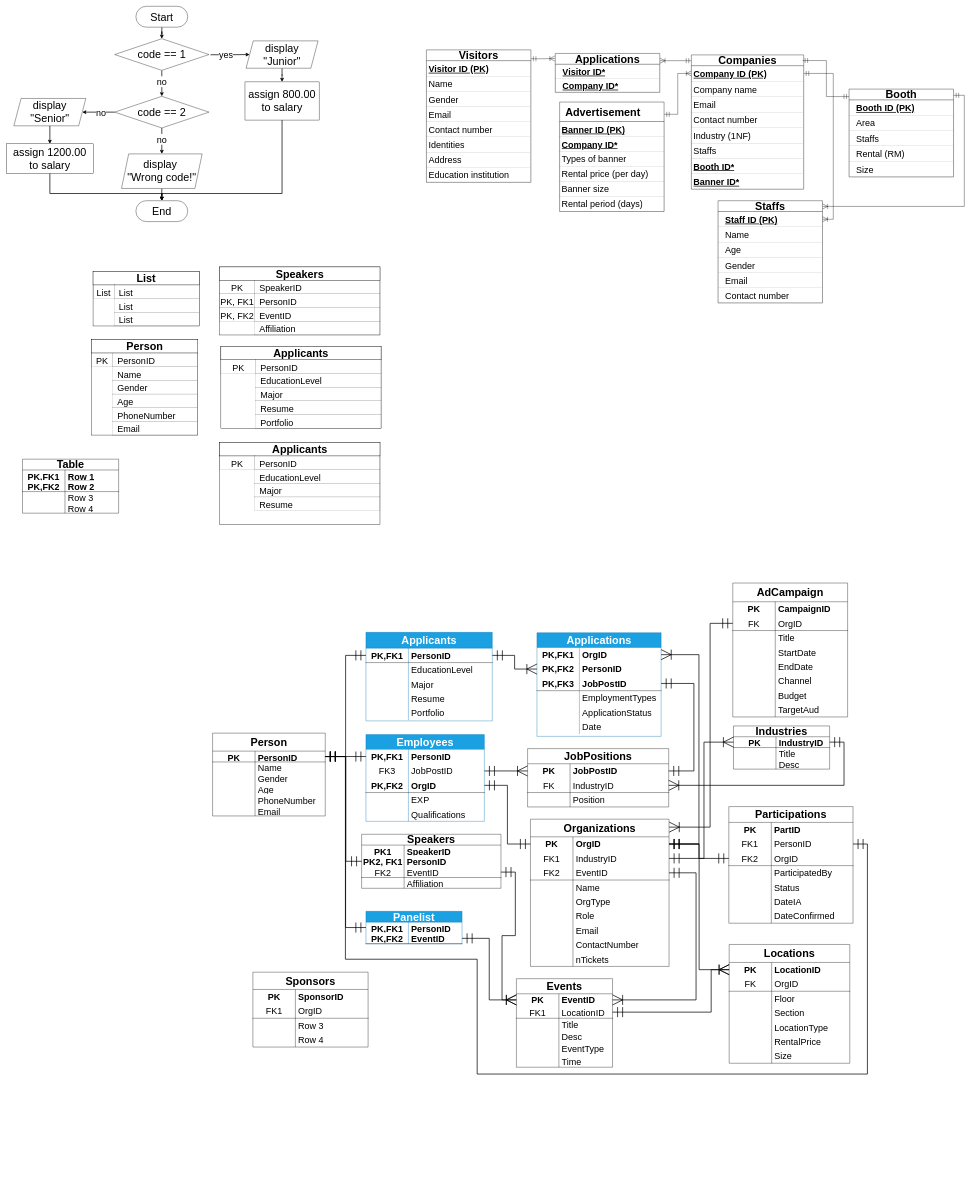
This is ERD BMCS1053 asg.drawio from twelve0dev9/BMCS1053-asg, a draw.io file, before an edit. Source tidied: cells renumbered, new cells numbered last; positions are measured from the earlier drawing's top-left corner, leaving out a move shared by most shapes. Both pictures are drawn from the tidied source at 36%, with x=0, y=0 at pixel (6, 6).
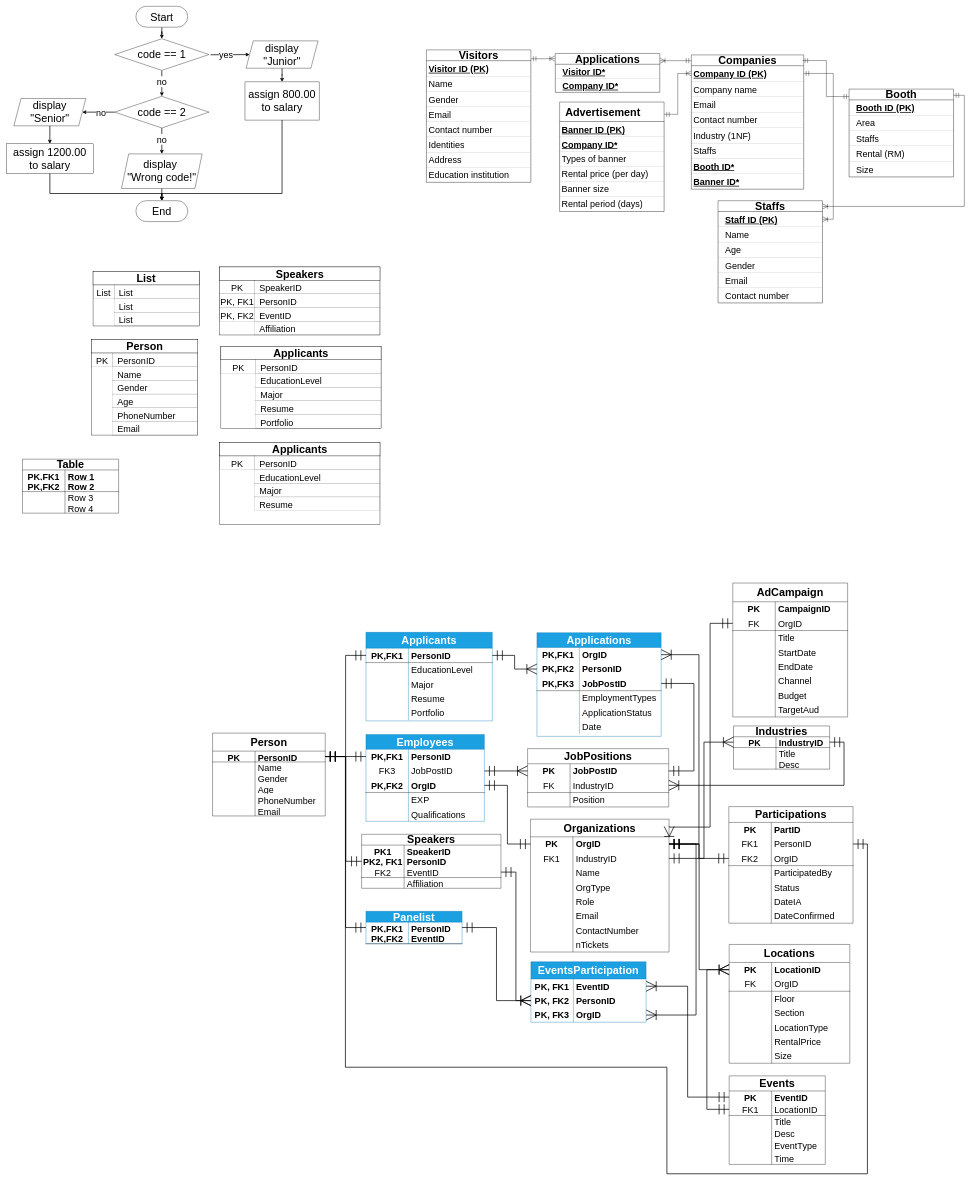
Above is the later version.

Commit message (it also covers changes not shown here):
ERD update | SQL modification

The change refers to these unchanged cells:
```xml
<mxCell id="115" style="shape=tableRow;horizontal=0;startSize=0;swimlaneHead=0;swimlaneBody=0;fillColor=none;points=[[0,0.5],[1,0.5]];portConstraint=eastwest;top=0;left=0;right=0;bottom=1;html=1;fontSize=30;" parent="114" vertex="1">
  <mxGeometry y="50" width="313" height="30" as="geometry" />
</mxCell>
<mxCell id="140" style="shape=tableRow;horizontal=0;startSize=0;swimlaneHead=0;swimlaneBody=0;fillColor=none;points=[[0,0.5],[1,0.5]];portConstraint=eastwest;top=0;left=0;right=0;bottom=1;html=1;fontSize=30;" parent="133" vertex="1">
  <mxGeometry y="90" width="387" height="30" as="geometry" />
</mxCell>
<mxCell id="192" style="shape=tableRow;horizontal=0;startSize=0;swimlaneHead=0;swimlaneBody=0;fillColor=none;points=[[0,0.5],[1,0.5]];portConstraint=eastwest;top=0;left=0;right=0;bottom=0;html=1;fontSize=30;" parent="191" vertex="1">
  <mxGeometry y="30" width="267" height="30" as="geometry" />
</mxCell>
<mxCell id="195" style="shape=tableRow;horizontal=0;startSize=0;swimlaneHead=0;swimlaneBody=0;fillColor=none;points=[[0,0.5],[1,0.5]];portConstraint=eastwest;top=0;left=0;right=0;bottom=1;html=1;fontSize=30;" parent="191" vertex="1">
  <mxGeometry y="60" width="267" height="30" as="geometry" />
</mxCell>
<mxCell id="231" style="shape=tableRow;horizontal=0;startSize=0;swimlaneHead=0;swimlaneBody=0;fillColor=none;points=[[0,0.5],[1,0.5]];portConstraint=eastwest;top=0;left=0;right=0;bottom=0;html=1;fontSize=30;fontStyle=0;" parent="227" vertex="1">
  <mxGeometry y="84" width="345" height="40" as="geometry" />
</mxCell>
<mxCell id="250" style="shape=tableRow;horizontal=0;startSize=0;swimlaneHead=0;swimlaneBody=0;fillColor=none;points=[[0,0.5],[1,0.5]];portConstraint=eastwest;top=0;left=0;right=0;bottom=0;html=1;fontSize=30;" parent="249" vertex="1">
  <mxGeometry y="42" width="267" height="34" as="geometry" />
</mxCell>
<mxCell id="253" style="shape=tableRow;horizontal=0;startSize=0;swimlaneHead=0;swimlaneBody=0;fillColor=none;points=[[0,0.5],[1,0.5]];portConstraint=eastwest;top=0;left=0;right=0;bottom=1;html=1;fontSize=30;" parent="249" vertex="1">
  <mxGeometry y="76" width="267" height="34" as="geometry" />
</mxCell>
<mxCell id="269" style="shape=tableRow;horizontal=0;startSize=0;swimlaneHead=0;swimlaneBody=0;fillColor=none;points=[[0,0.5],[1,0.5]];portConstraint=eastwest;top=0;left=0;right=0;bottom=0;html=1;fontSize=30;" parent="268" vertex="1">
  <mxGeometry y="50" width="335" height="40" as="geometry" />
</mxCell>
<mxCell id="304" style="shape=tableRow;horizontal=0;startSize=0;swimlaneHead=0;swimlaneBody=0;fillColor=none;points=[[0,0.5],[1,0.5]];portConstraint=eastwest;top=0;left=0;right=0;bottom=0;html=1;fontSize=30;" parent="303" vertex="1">
  <mxGeometry y="49" width="385" height="40" as="geometry" />
</mxCell>
<mxCell id="370" style="shape=tableRow;horizontal=0;startSize=0;swimlaneHead=0;swimlaneBody=0;fillColor=none;points=[[0,0.5],[1,0.5]];portConstraint=eastwest;top=0;left=0;right=0;bottom=0;html=1;fontSize=30;" parent="369" vertex="1">
  <mxGeometry y="48" width="320" height="40" as="geometry" />
</mxCell>
```

The edit, as a diff of the source:
```diff
@@
     <mxCell id="249" value="Events" style="shape=table;startSize=42;childLayout=tableLayout;rowLines=0;fontStyle=1;align=center;html=1;whiteSpace=wrap;fontSize=30;" parent="1" vertex="1">
-      <mxGeometry x="1417" y="2701" width="267" height="246" as="geometry" />
+      <mxGeometry x="2008" y="2971" width="267" height="246" as="geometry" />
     </mxCell>
@@
-    <mxCell id="297" style="edgeStyle=orthogonalEdgeStyle;shape=connector;rounded=0;jettySize=auto;html=1;entryX=0;entryY=0.5;entryDx=0;entryDy=0;strokeColor=default;align=center;verticalAlign=middle;fontFamily=Helvetica;fontSize=11;fontColor=default;labelBackgroundColor=default;startArrow=ERmandOne;startFill=0;startSize=25;endArrow=ERoneToMany;endFill=0;endSize=25;strokeWidth=2;" parent="1" edge="1" source="195" target="250">
+    <mxCell id="297" style="edgeStyle=orthogonalEdgeStyle;shape=connector;rounded=0;jettySize=auto;html=1;entryX=0;entryY=0.5;entryDx=0;entryDy=0;strokeColor=default;align=center;verticalAlign=middle;fontFamily=Helvetica;fontSize=11;fontColor=default;labelBackgroundColor=default;startArrow=ERmandOne;startFill=0;startSize=25;endArrow=ERoneToMany;endFill=0;endSize=25;strokeWidth=2;exitX=1;exitY=0.5;exitDx=0;exitDy=0;" parent="1" edge="1" source="192" target="385">
       <mxGeometry relative="1" as="geometry" />
     </mxCell>
@@
-    <mxCell id="299" style="edgeStyle=elbowEdgeStyle;shape=connector;rounded=0;jettySize=auto;html=1;entryX=1;entryY=0.5;entryDx=0;entryDy=0;strokeColor=default;strokeWidth=2;align=center;verticalAlign=middle;fontFamily=Helvetica;fontSize=11;fontColor=default;labelBackgroundColor=default;startArrow=ERmandOne;startFill=0;startSize=25;endArrow=ERoneToMany;endFill=0;endSize=25;exitX=1;exitY=0.5;exitDx=0;exitDy=0;" parent="1" edge="1" source="310" target="250">
+    <mxCell id="299" style="edgeStyle=elbowEdgeStyle;shape=connector;rounded=0;jettySize=auto;html=1;entryX=1;entryY=0.5;entryDx=0;entryDy=0;strokeColor=default;strokeWidth=2;align=center;verticalAlign=middle;fontFamily=Helvetica;fontSize=11;fontColor=default;labelBackgroundColor=default;startArrow=ERmandOne;startFill=0;startSize=25;endArrow=ERoneToMany;endFill=0;endSize=25;exitX=1;exitY=0.5;exitDx=0;exitDy=0;" parent="1" edge="1" source="304" target="373">
       <mxGeometry relative="1" as="geometry">
         <Array as="points">
           <mxPoint x="1916" y="2558" />
         </Array>
       </mxGeometry>
     </mxCell>
-    <mxCell id="300" style="edgeStyle=orthogonalEdgeStyle;shape=connector;rounded=0;jettySize=auto;html=1;entryX=1;entryY=0.5;entryDx=0;entryDy=0;strokeColor=default;strokeWidth=2;align=center;verticalAlign=middle;fontFamily=Helvetica;fontSize=11;fontColor=default;labelBackgroundColor=default;startArrow=ERoneToMany;startFill=0;startSize=25;endArrow=ERmandOne;endFill=0;endSize=25;" parent="1" edge="1" source="269" target="253">
+    <mxCell id="300" style="edgeStyle=orthogonalEdgeStyle;shape=connector;rounded=0;jettySize=auto;html=1;strokeColor=default;strokeWidth=2;align=center;verticalAlign=middle;fontFamily=Helvetica;fontSize=11;fontColor=default;labelBackgroundColor=default;startArrow=ERoneToMany;startFill=0;startSize=25;endArrow=ERmandOne;endFill=0;endSize=25;entryX=0;entryY=0.5;entryDx=0;entryDy=0;" parent="1" edge="1" source="269" target="253">
       <mxGeometry relative="1" as="geometry">
         <Array as="points">
-          <mxPoint x="1958" y="2676" />
-          <mxPoint x="1958" y="2794" />
+          <mxPoint x="1946" y="2676" />
+          <mxPoint x="1946" y="3064" />
         </Array>
       </mxGeometry>
     </mxCell>
@@
     <mxCell id="303" value="Organizations" style="shape=table;startSize=49;childLayout=tableLayout;rowLines=0;fontStyle=1;align=center;html=1;whiteSpace=wrap;fontSize=30;" parent="1" vertex="1">
-      <mxGeometry x="1456" y="2258" width="385" height="409" as="geometry" />
+      <mxGeometry x="1456" y="2258" width="385" height="369" as="geometry" />
     </mxCell>
@@
-    <mxCell id="310" style="shape=tableRow;horizontal=0;startSize=0;swimlaneHead=0;swimlaneBody=0;fillColor=none;points=[[0,0.5],[1,0.5]];portConstraint=eastwest;top=0;left=0;right=0;bottom=1;html=1;fontSize=30;" parent="303" vertex="1">
-      <mxGeometry y="129" width="385" height="40" as="geometry" />
-    </mxCell>
-    <mxCell id="311" value="&lt;span style=&quot;font-weight: normal;&quot;&gt;FK2&lt;/span&gt;" style="shape=partialRectangle;fillColor=none;top=0;left=0;bottom=0;right=0;fontStyle=1;overflow=hidden;html=1;whiteSpace=wrap;fontSize=25;" parent="310" vertex="1">
-      <mxGeometry width="118" height="40" as="geometry" />
-    </mxCell>
-    <mxCell id="312" value="EventID" style="shape=partialRectangle;fillColor=none;top=0;left=0;bottom=0;right=0;align=left;spacingLeft=6;fontStyle=0;overflow=hidden;html=1;whiteSpace=wrap;fontSize=25;" parent="310" vertex="1">
-      <mxGeometry x="118" width="267" height="40" as="geometry" />
-    </mxCell>
     <mxCell id="313" style="shape=tableRow;horizontal=0;startSize=0;swimlaneHead=0;swimlaneBody=0;fillColor=none;top=0;left=0;right=0;bottom=0;html=1;fontSize=30;" parent="303" vertex="1">
-      <mxGeometry y="169" width="385" height="40" as="geometry" />
+      <mxGeometry y="129" width="385" height="40" as="geometry" />
     </mxCell>
@@
     <mxCell id="316" style="shape=tableRow;horizontal=0;startSize=0;swimlaneHead=0;swimlaneBody=0;fillColor=none;top=0;left=0;right=0;bottom=0;html=1;fontSize=30;" parent="303" vertex="1">
-      <mxGeometry y="209" width="385" height="40" as="geometry" />
+      <mxGeometry y="169" width="385" height="40" as="geometry" />
     </mxCell>
@@
     <mxCell id="319" style="shape=tableRow;horizontal=0;startSize=0;swimlaneHead=0;swimlaneBody=0;fillColor=none;top=0;left=0;right=0;bottom=0;html=1;fontSize=30;" parent="303" vertex="1">
-      <mxGeometry y="249" width="385" height="40" as="geometry" />
+      <mxGeometry y="209" width="385" height="40" as="geometry" />
     </mxCell>
@@
     <mxCell id="322" style="shape=tableRow;horizontal=0;startSize=0;swimlaneHead=0;swimlaneBody=0;fillColor=none;top=0;left=0;right=0;bottom=0;html=1;fontSize=30;" parent="303" vertex="1">
-      <mxGeometry y="289" width="385" height="40" as="geometry" />
+      <mxGeometry y="249" width="385" height="40" as="geometry" />
     </mxCell>
@@
     <mxCell id="325" style="shape=tableRow;horizontal=0;startSize=0;swimlaneHead=0;swimlaneBody=0;fillColor=none;top=0;left=0;right=0;bottom=0;html=1;fontSize=30;" parent="303" vertex="1">
-      <mxGeometry y="329" width="385" height="40" as="geometry" />
+      <mxGeometry y="289" width="385" height="40" as="geometry" />
     </mxCell>
@@
     <mxCell id="328" style="shape=tableRow;horizontal=0;startSize=0;swimlaneHead=0;swimlaneBody=0;fillColor=none;top=0;left=0;right=0;bottom=0;html=1;fontSize=30;" parent="303" vertex="1">
-      <mxGeometry y="369" width="385" height="40" as="geometry" />
+      <mxGeometry y="329" width="385" height="40" as="geometry" />
     </mxCell>
@@
-    <mxCell id="369" value="Sponsors" style="shape=table;startSize=48;childLayout=tableLayout;rowLines=0;fontStyle=1;align=center;html=1;whiteSpace=wrap;fontSize=30;" parent="1" vertex="1">
-      <mxGeometry x="685" y="2683" width="320" height="208" as="geometry" />
+    <mxCell id="369" value="EventsParticipation" style="shape=table;startSize=48;childLayout=tableLayout;rowLines=0;fontStyle=1;align=center;html=1;whiteSpace=wrap;fontSize=30;fillColor=#1ba1e2;fontColor=#ffffff;strokeColor=#006EAF;" parent="1" vertex="1">
+      <mxGeometry x="1457.2" y="2654" width="320" height="168" as="geometry" />
     </mxCell>
@@
-    <mxCell id="371" value="PK" style="shape=partialRectangle;fillColor=none;top=0;left=0;bottom=0;right=0;fontStyle=1;overflow=hidden;html=1;whiteSpace=wrap;fontSize=25;" parent="370" vertex="1">
+    <mxCell id="371" value="PK, FK1" style="shape=partialRectangle;fillColor=none;top=0;left=0;bottom=0;right=0;fontStyle=1;overflow=hidden;html=1;whiteSpace=wrap;fontSize=25;" parent="370" vertex="1">
       <mxGeometry width="118" height="40" as="geometry" />
     </mxCell>
-    <mxCell id="372" value="SponsorID" style="shape=partialRectangle;fillColor=none;top=0;left=0;bottom=0;right=0;align=left;spacingLeft=6;fontStyle=1;overflow=hidden;html=1;whiteSpace=wrap;fontSize=25;" parent="370" vertex="1">
+    <mxCell id="372" value="EventID" style="shape=partialRectangle;fillColor=none;top=0;left=0;bottom=0;right=0;align=left;spacingLeft=6;fontStyle=1;overflow=hidden;html=1;whiteSpace=wrap;fontSize=25;" parent="370" vertex="1">
       <mxGeometry x="118" width="202" height="40" as="geometry" />
     </mxCell>
+    <mxCell id="385" style="shape=tableRow;horizontal=0;startSize=0;swimlaneHead=0;swimlaneBody=0;fillColor=none;points=[[0,0.5],[1,0.5]];portConstraint=eastwest;top=0;left=0;right=0;bottom=0;html=1;fontSize=30;" parent="369" vertex="1">
+      <mxGeometry y="88" width="320" height="40" as="geometry" />
+    </mxCell>
+    <mxCell id="386" value="PK, FK2" style="shape=partialRectangle;fillColor=none;top=0;left=0;bottom=0;right=0;fontStyle=1;overflow=hidden;html=1;whiteSpace=wrap;fontSize=25;" parent="385" vertex="1">
+      <mxGeometry width="118" height="40" as="geometry" />
+    </mxCell>
+    <mxCell id="387" value="PersonID" style="shape=partialRectangle;fillColor=none;top=0;left=0;bottom=0;right=0;align=left;spacingLeft=6;fontStyle=1;overflow=hidden;html=1;whiteSpace=wrap;fontSize=25;" parent="385" vertex="1">
+      <mxGeometry x="118" width="202" height="40" as="geometry" />
+    </mxCell>
-    <mxCell id="373" style="shape=tableRow;horizontal=0;startSize=0;swimlaneHead=0;swimlaneBody=0;fillColor=none;points=[[0,0.5],[1,0.5]];portConstraint=eastwest;top=0;left=0;right=0;bottom=1;html=1;fontSize=30;" parent="369" vertex="1">
-      <mxGeometry y="88" width="320" height="40" as="geometry" />
+    <mxCell id="373" style="shape=tableRow;horizontal=0;startSize=0;swimlaneHead=0;swimlaneBody=0;fillColor=none;points=[[0,0.5],[1,0.5]];portConstraint=eastwest;top=0;left=0;right=0;bottom=0;html=1;fontSize=30;" parent="369" vertex="1">
+      <mxGeometry y="128" width="320" height="40" as="geometry" />
     </mxCell>
-    <mxCell id="374" value="FK1" style="shape=partialRectangle;fillColor=none;top=0;left=0;bottom=0;right=0;fontStyle=0;overflow=hidden;html=1;whiteSpace=wrap;fontSize=25;" parent="373" vertex="1">
+    <mxCell id="374" value="PK, FK3" style="shape=partialRectangle;fillColor=none;top=0;left=0;bottom=0;right=0;fontStyle=1;overflow=hidden;html=1;whiteSpace=wrap;fontSize=25;" parent="373" vertex="1">
       <mxGeometry width="118" height="40" as="geometry" />
     </mxCell>
-    <mxCell id="375" value="OrgID" style="shape=partialRectangle;fillColor=none;top=0;left=0;bottom=0;right=0;align=left;spacingLeft=6;fontStyle=0;overflow=hidden;html=1;whiteSpace=wrap;fontSize=25;" parent="373" vertex="1">
+    <mxCell id="375" value="OrgID" style="shape=partialRectangle;fillColor=none;top=0;left=0;bottom=0;right=0;align=left;spacingLeft=6;fontStyle=1;overflow=hidden;html=1;whiteSpace=wrap;fontSize=25;" parent="373" vertex="1">
       <mxGeometry x="118" width="202" height="40" as="geometry" />
     </mxCell>
-    <mxCell id="376" style="shape=tableRow;horizontal=0;startSize=0;swimlaneHead=0;swimlaneBody=0;fillColor=none;top=0;left=0;right=0;bottom=0;html=1;fontSize=30;" parent="369" vertex="1">
-      <mxGeometry y="128" width="320" height="40" as="geometry" />
-    </mxCell>
-    <mxCell id="377" style="shape=partialRectangle;fillColor=none;top=0;left=0;bottom=0;right=0;overflow=hidden;html=1;whiteSpace=wrap;fontSize=25;" parent="376" vertex="1">
-      <mxGeometry width="118" height="40" as="geometry" />
-    </mxCell>
-    <mxCell id="378" value="Row 3" style="shape=partialRectangle;fillColor=none;top=0;left=0;bottom=0;right=0;align=left;spacingLeft=6;overflow=hidden;html=1;whiteSpace=wrap;fontSize=25;" parent="376" vertex="1">
-      <mxGeometry x="118" width="202" height="40" as="geometry" />
-    </mxCell>
-    <mxCell id="379" style="shape=tableRow;horizontal=0;startSize=0;swimlaneHead=0;swimlaneBody=0;fillColor=none;top=0;left=0;right=0;bottom=0;html=1;fontSize=30;" parent="369" vertex="1">
-      <mxGeometry y="168" width="320" height="40" as="geometry" />
-    </mxCell>
-    <mxCell id="380" style="shape=partialRectangle;fillColor=none;top=0;left=0;bottom=0;right=0;overflow=hidden;html=1;whiteSpace=wrap;fontSize=25;" parent="379" vertex="1">
-      <mxGeometry width="118" height="40" as="geometry" />
-    </mxCell>
-    <mxCell id="381" value="Row 4" style="shape=partialRectangle;fillColor=none;top=0;left=0;bottom=0;right=0;align=left;spacingLeft=6;overflow=hidden;html=1;whiteSpace=wrap;fontSize=25;" parent="379" vertex="1">
-      <mxGeometry x="118" width="202" height="40" as="geometry" />
-    </mxCell>
     <mxCell id="382" style="edgeStyle=orthogonalEdgeStyle;shape=connector;rounded=0;jettySize=auto;html=1;entryX=1;entryY=0.5;entryDx=0;entryDy=0;strokeColor=default;strokeWidth=2;align=center;verticalAlign=middle;fontFamily=Helvetica;fontSize=11;fontColor=default;labelBackgroundColor=default;startArrow=ERmandOne;startFill=0;startSize=25;endArrow=ERmandOne;endFill=0;endSize=25;exitX=1;exitY=0.5;exitDx=0;exitDy=0;" parent="1" edge="1" source="231" target="115">
       <mxGeometry relative="1" as="geometry">
         <Array as="points">
           <mxPoint x="2392" y="2327" />
-          <mxPoint x="2392" y="2966" />
-          <mxPoint x="1308" y="2966" />
-          <mxPoint x="1308" y="2647" />
-          <mxPoint x="942" y="2647" />
+          <mxPoint x="2392" y="3243" />
+          <mxPoint x="1835" y="3243" />
+          <mxPoint x="1835" y="2947" />
+          <mxPoint x="942" y="2947" />
           <mxPoint x="942" y="2084" />
         </Array>
       </mxGeometry>
     </mxCell>
-    <mxCell id="383" style="edgeStyle=orthogonalEdgeStyle;shape=connector;rounded=0;jettySize=auto;html=1;entryX=0;entryY=0.5;entryDx=0;entryDy=0;strokeColor=default;strokeWidth=2;align=center;verticalAlign=middle;fontFamily=Helvetica;fontSize=11;fontColor=default;labelBackgroundColor=default;startArrow=ERmandOne;startFill=0;startSize=25;endArrow=ERoneToMany;endFill=0;endSize=25;" parent="1" edge="1" source="140" target="250">
+    <mxCell id="383" style="edgeStyle=orthogonalEdgeStyle;shape=connector;rounded=0;jettySize=auto;html=1;entryX=0;entryY=0.5;entryDx=0;entryDy=0;strokeColor=default;strokeWidth=2;align=center;verticalAlign=middle;fontFamily=Helvetica;fontSize=11;fontColor=default;labelBackgroundColor=default;startArrow=ERmandOne;startFill=0;startSize=25;endArrow=ERoneToMany;endFill=0;endSize=25;" parent="1" edge="1" source="140" target="385">
       <mxGeometry relative="1" as="geometry" />
     </mxCell>
@@
+    <mxCell id="388" style="edgeStyle=orthogonalEdgeStyle;shape=connector;rounded=0;jettySize=auto;html=1;entryX=1;entryY=0.5;entryDx=0;entryDy=0;strokeColor=default;strokeWidth=2;align=center;verticalAlign=middle;fontFamily=Helvetica;fontSize=11;fontColor=default;labelBackgroundColor=default;startArrow=ERmandOne;startFill=0;startSize=25;endArrow=ERoneToMany;endFill=0;endSize=25;" parent="1" edge="1" source="250" target="370">
+      <mxGeometry relative="1" as="geometry" />
+    </mxCell>
```
